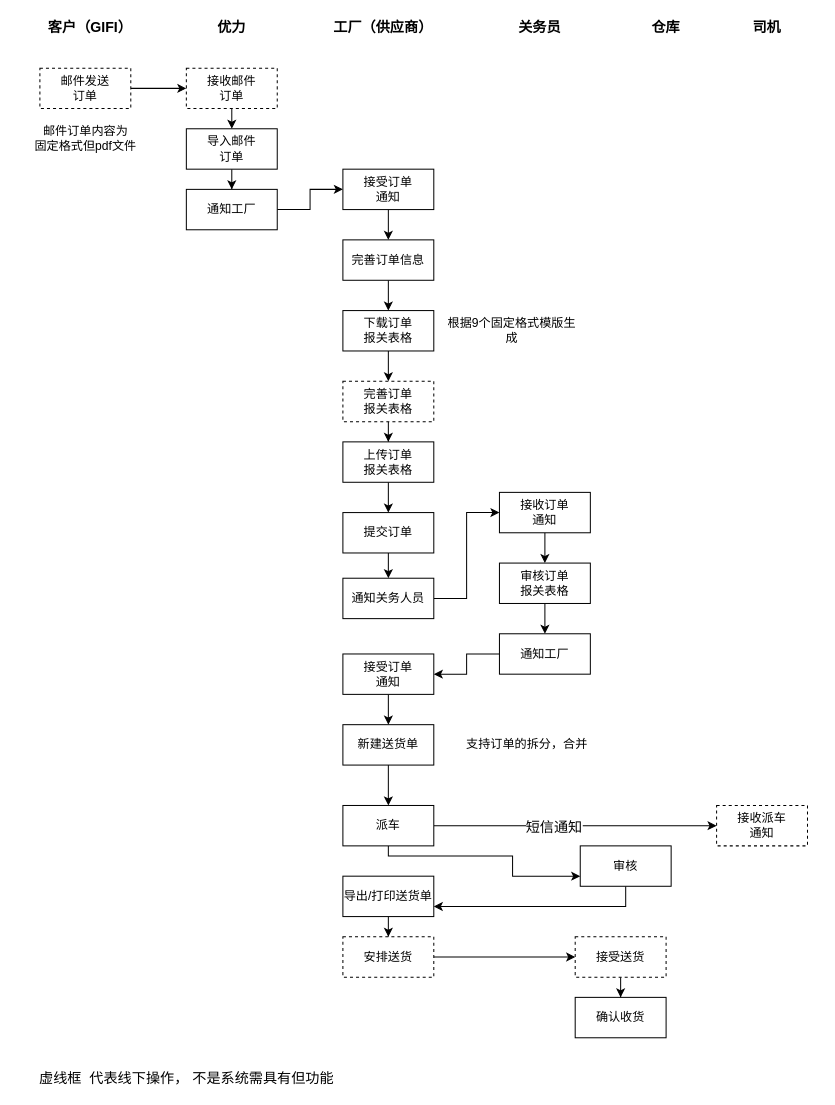
The draw.io diagram page "业务流程图" (1 of 6) of shrine-doc/进区预约系统.drawio in easefulfil/CLOUDCARE, before the edit. Source tidied: cells renumbered, new cells numbered last; positions are measured from the earlier drawing's top-left corner, leaving out a move shared by most shapes. Both pictures are drawn from the tidied source at 101%, with x=0, y=0 at pixel (17, 17).
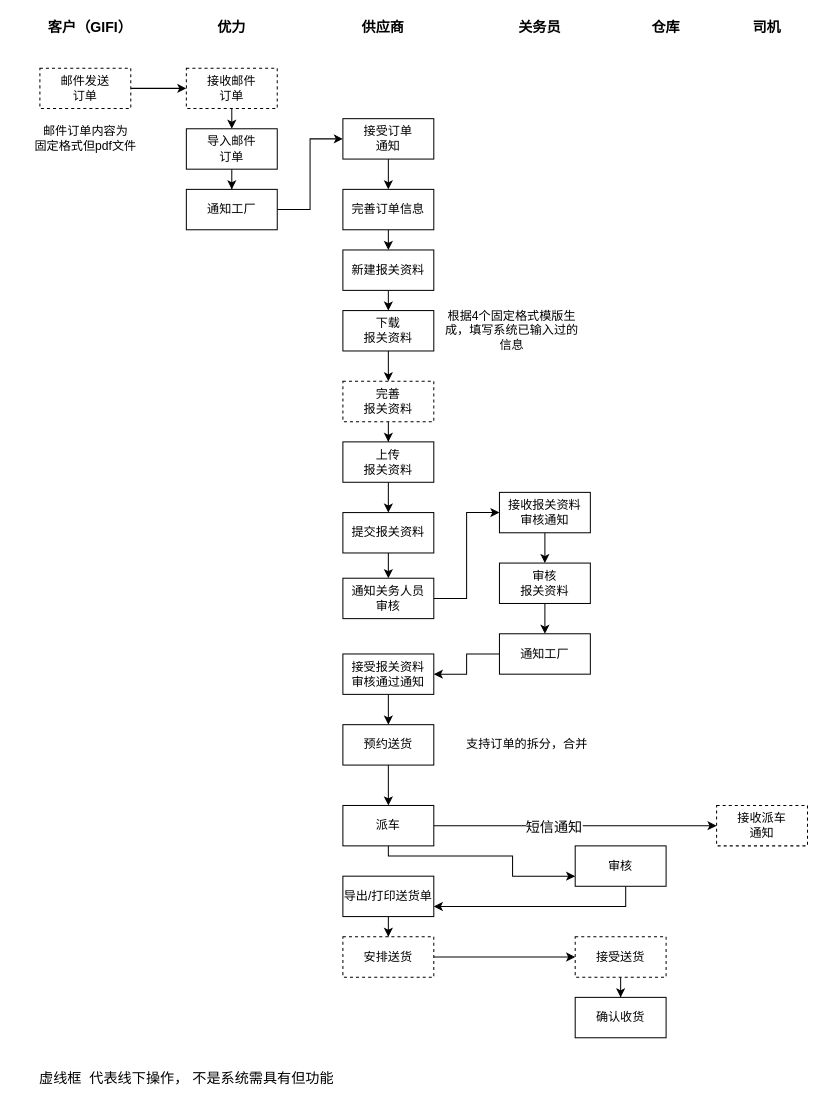
Above is the later version.

Change to the diagram source:
```diff
@@
-    <mxCell id="4" value="工厂（供应商）" style="text;html=1;strokeColor=none;fillColor=none;align=center;verticalAlign=middle;whiteSpace=wrap;rounded=0;fontSize=14;fontStyle=1;" parent="1" vertex="1">
+    <mxCell id="4" value="供应商" style="text;html=1;strokeColor=none;fillColor=none;align=center;verticalAlign=middle;whiteSpace=wrap;rounded=0;fontSize=14;fontStyle=1;" parent="1" vertex="1">
       <mxGeometry x="312" width="100" height="20" as="geometry" />
     </mxCell>
@@
-    <mxCell id="12" style="edgeStyle=orthogonalEdgeStyle;rounded=0;jettySize=auto;html=1;entryX=0.5;entryY=0;entryDx=0;entryDy=0;" parent="1" edge="1" source="13" target="15">
+    <mxCell id="12" style="edgeStyle=orthogonalEdgeStyle;rounded=0;jettySize=auto;html=1;entryX=0.5;entryY=0;entryDx=0;entryDy=0;exitX=0.5;exitY=1;exitDx=0;exitDy=0;" parent="1" edge="1" source="13" target="59">
       <mxGeometry relative="1" as="geometry" />
     </mxCell>
     <mxCell id="13" value="完善订单信息" style="rounded=0;whiteSpace=wrap;html=1;" parent="1" vertex="1">
-      <mxGeometry x="322" y="220" width="90" height="40" as="geometry" />
+      <mxGeometry x="322" y="170" width="90" height="40" as="geometry" />
     </mxCell>
@@
-    <mxCell id="15" value="下载订单&lt;br&gt;报关表格" style="rounded=0;whiteSpace=wrap;html=1;" parent="1" vertex="1">
+    <mxCell id="15" value="下载&lt;br&gt;报关资料" style="rounded=0;whiteSpace=wrap;html=1;" parent="1" vertex="1">
       <mxGeometry x="322" y="290" width="90" height="40" as="geometry" />
     </mxCell>
@@
-    <mxCell id="17" value="完善订单&lt;br&gt;报关表格" style="rounded=0;whiteSpace=wrap;html=1;dashed=1;" parent="1" vertex="1">
+    <mxCell id="17" value="完善&lt;br&gt;报关资料" style="rounded=0;whiteSpace=wrap;html=1;dashed=1;" parent="1" vertex="1">
       <mxGeometry x="322" y="360" width="90" height="40" as="geometry" />
     </mxCell>
@@
     <mxCell id="20" style="edgeStyle=orthogonalEdgeStyle;rounded=0;jettySize=auto;html=1;" parent="1" edge="1" source="21">
       <mxGeometry relative="1" as="geometry">
-        <mxPoint x="367" y="220" as="targetPoint" />
+        <mxPoint x="367" y="170" as="targetPoint" />
       </mxGeometry>
     </mxCell>
     <mxCell id="21" value="接受订单&lt;br&gt;通知" style="rounded=0;whiteSpace=wrap;html=1;" parent="1" vertex="1">
-      <mxGeometry x="322" y="150" width="90" height="40" as="geometry" />
+      <mxGeometry x="322" y="100" width="90" height="40" as="geometry" />
     </mxCell>
@@
-    <mxCell id="23" value="上传订单&lt;br&gt;报关表格" style="rounded=0;whiteSpace=wrap;html=1;" parent="1" vertex="1">
+    <mxCell id="23" value="上传&lt;br&gt;报关资料" style="rounded=0;whiteSpace=wrap;html=1;" parent="1" vertex="1">
       <mxGeometry x="322" y="420" width="90" height="40" as="geometry" />
     </mxCell>
@@
-    <mxCell id="25" value="提交订单" style="rounded=0;whiteSpace=wrap;html=1;" parent="1" vertex="1">
+    <mxCell id="25" value="提交报关资料" style="rounded=0;whiteSpace=wrap;html=1;" parent="1" vertex="1">
       <mxGeometry x="322" y="490" width="90" height="40" as="geometry" />
     </mxCell>
@@
-    <mxCell id="27" value="通知关务人员" style="rounded=0;whiteSpace=wrap;html=1;" parent="1" vertex="1">
+    <mxCell id="27" value="通知关务人员&lt;br&gt;审核" style="rounded=0;whiteSpace=wrap;html=1;" parent="1" vertex="1">
       <mxGeometry x="322" y="555" width="90" height="40" as="geometry" />
     </mxCell>
@@
-    <mxCell id="29" value="接收订单&lt;br&gt;通知" style="rounded=0;whiteSpace=wrap;html=1;" parent="1" vertex="1">
+    <mxCell id="29" value="接收报关资料&lt;br&gt;审核通知" style="rounded=0;whiteSpace=wrap;html=1;" parent="1" vertex="1">
       <mxGeometry x="477" y="470" width="90" height="40" as="geometry" />
     </mxCell>
@@
-    <mxCell id="31" value="审核订单&lt;br&gt;报关表格" style="rounded=0;whiteSpace=wrap;html=1;" parent="1" vertex="1">
+    <mxCell id="31" value="审核&lt;br&gt;报关资料" style="rounded=0;whiteSpace=wrap;html=1;" parent="1" vertex="1">
       <mxGeometry x="477" y="540" width="90" height="40" as="geometry" />
     </mxCell>
@@
-    <mxCell id="35" value="接受订单&lt;br&gt;通知" style="rounded=0;whiteSpace=wrap;html=1;" parent="1" vertex="1">
+    <mxCell id="35" value="接受报关资料&lt;br&gt;审核通过通知" style="rounded=0;whiteSpace=wrap;html=1;" parent="1" vertex="1">
       <mxGeometry x="322" y="630" width="90" height="40" as="geometry" />
     </mxCell>
@@
-    <mxCell id="37" value="新建送货单" style="rounded=0;whiteSpace=wrap;html=1;" parent="1" vertex="1">
+    <mxCell id="37" value="预约送货" style="rounded=0;whiteSpace=wrap;html=1;" parent="1" vertex="1">
       <mxGeometry x="322" y="700" width="90" height="40" as="geometry" />
     </mxCell>
@@
-    <mxCell id="51" value="根据9个固定格式模版生成" style="text;html=1;strokeColor=none;fillColor=none;align=center;verticalAlign=middle;whiteSpace=wrap;rounded=0;" parent="1" vertex="1">
+    <mxCell id="51" value="根据4个固定格式模版生成，填写系统已输入过的信息" style="text;html=1;strokeColor=none;fillColor=none;align=center;verticalAlign=middle;whiteSpace=wrap;rounded=0;" parent="1" vertex="1">
       <mxGeometry x="422" y="300" width="135" height="20" as="geometry" />
     </mxCell>
@@
     <mxCell id="57" value="审核" style="rounded=0;whiteSpace=wrap;html=1;" parent="1" vertex="1">
-      <mxGeometry x="557" y="820" width="90" height="40" as="geometry" />
+      <mxGeometry x="552" y="820" width="90" height="40" as="geometry" />
     </mxCell>
+    <mxCell id="58" style="edgeStyle=orthogonalEdgeStyle;rounded=0;jettySize=auto;html=1;" parent="1" edge="1" source="59">
+      <mxGeometry relative="1" as="geometry">
+        <mxPoint x="367" y="290" as="targetPoint" />
+      </mxGeometry>
+    </mxCell>
+    <mxCell id="59" value="新建报关资料" style="rounded=0;whiteSpace=wrap;html=1;" parent="1" vertex="1">
+      <mxGeometry x="322" y="230" width="90" height="40" as="geometry" />
+    </mxCell>
```
